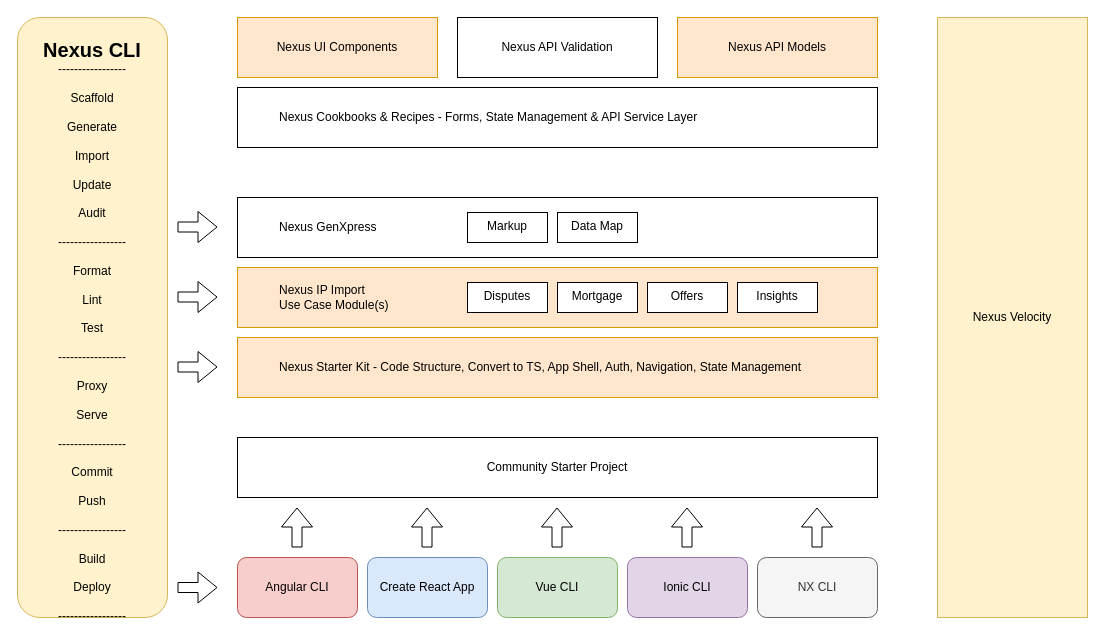
Earlier version of the draw.io diagram Nexus CLI map.drawio (hikumealan/draw-io-diagrams). Source tidied: cells renumbered, new cells numbered last; positions are measured from the earlier drawing's top-left corner, leaving out a move shared by most shapes. Both pictures are drawn from the tidied source at 100%, with x=0, y=0 at pixel (17, 17).
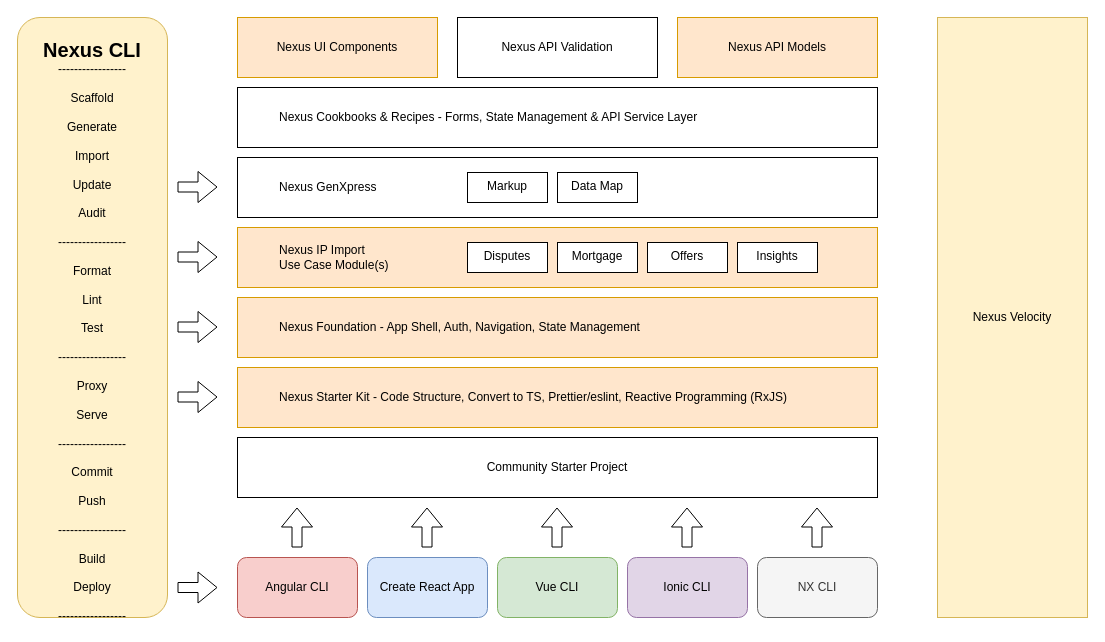
After the change.

Diff of the diagram source:
```diff
@@
-    <mxCell id="8" value="&lt;blockquote style=&quot;margin: 0 0 0 40px ; border: none ; padding: 0px&quot;&gt;Nexus Starter Kit - Code Structure, Convert to TS, App Shell, Auth, Navigation, State Management&lt;/blockquote&gt;" style="rounded=0;whiteSpace=wrap;html=1;fillColor=#ffe6cc;strokeColor=#d79b00;align=left;" parent="1" vertex="1">
-      <mxGeometry x="220" y="320" width="640" height="60" as="geometry" />
+    <mxCell id="8" value="&lt;blockquote style=&quot;margin: 0 0 0 40px ; border: none ; padding: 0px&quot;&gt;Nexus Foundation - App Shell, Auth, Navigation, State Management&lt;/blockquote&gt;" style="rounded=0;whiteSpace=wrap;html=1;fillColor=#ffe6cc;strokeColor=#d79b00;align=left;" parent="1" vertex="1">
+      <mxGeometry x="220" y="280" width="640" height="60" as="geometry" />
     </mxCell>
     <mxCell id="9" value="&lt;blockquote style=&quot;margin: 0 0 0 40px ; border: none ; padding: 0px&quot;&gt;Nexus IP Import&amp;nbsp;&lt;/blockquote&gt;&lt;blockquote style=&quot;margin: 0 0 0 40px ; border: none ; padding: 0px&quot;&gt;Use Case Module(s)&lt;/blockquote&gt;" style="rounded=0;whiteSpace=wrap;html=1;fillColor=#ffe6cc;strokeColor=#d79b00;align=left;" parent="1" vertex="1">
-      <mxGeometry x="220" y="250" width="640" height="60" as="geometry" />
+      <mxGeometry x="220" y="210" width="640" height="60" as="geometry" />
     </mxCell>
@@
     <mxCell id="15" style="shape=flexArrow;endArrow=classic;html=1;fillColor=#ffffff;" parent="1" edge="1">
       <mxGeometry relative="1" as="geometry">
-        <mxPoint x="160" y="349.5" as="sourcePoint" />
-        <mxPoint x="200" y="349.5" as="targetPoint" />
+        <mxPoint x="160" y="309.5" as="sourcePoint" />
+        <mxPoint x="200" y="309.5" as="targetPoint" />
       </mxGeometry>
     </mxCell>
     <mxCell id="16" style="shape=flexArrow;endArrow=classic;html=1;fillColor=#ffffff;" parent="1" edge="1">
       <mxGeometry relative="1" as="geometry">
-        <mxPoint x="160" y="279.5" as="sourcePoint" />
-        <mxPoint x="200" y="279.5" as="targetPoint" />
+        <mxPoint x="160" y="239.5" as="sourcePoint" />
+        <mxPoint x="200" y="239.5" as="targetPoint" />
       </mxGeometry>
     </mxCell>
     <mxCell id="17" value="&lt;blockquote style=&quot;margin: 0 0 0 40px ; border: none ; padding: 0px&quot;&gt;Nexus GenXpress&lt;/blockquote&gt;" style="rounded=0;whiteSpace=wrap;html=1;align=left;" parent="1" vertex="1">
-      <mxGeometry x="220" y="180" width="640" height="60" as="geometry" />
+      <mxGeometry x="220" y="140" width="640" height="60" as="geometry" />
     </mxCell>
@@
     <mxCell id="22" style="shape=flexArrow;endArrow=classic;html=1;fillColor=#ffffff;" parent="1" edge="1">
       <mxGeometry relative="1" as="geometry">
-        <mxPoint x="160" y="209.5" as="sourcePoint" />
-        <mxPoint x="200" y="209.5" as="targetPoint" />
+        <mxPoint x="160" y="169.5" as="sourcePoint" />
+        <mxPoint x="200" y="169.5" as="targetPoint" />
       </mxGeometry>
     </mxCell>
@@
     <mxCell id="24" value="Disputes" style="rounded=0;whiteSpace=wrap;html=1;align=center;verticalAlign=top;" parent="1" vertex="1">
-      <mxGeometry x="450" y="265" width="80" height="30" as="geometry" />
+      <mxGeometry x="450" y="225" width="80" height="30" as="geometry" />
     </mxCell>
     <mxCell id="25" value="Mortgage" style="rounded=0;whiteSpace=wrap;html=1;align=center;verticalAlign=top;" parent="1" vertex="1">
-      <mxGeometry x="540" y="265" width="80" height="30" as="geometry" />
+      <mxGeometry x="540" y="225" width="80" height="30" as="geometry" />
     </mxCell>
     <mxCell id="26" value="Offers" style="rounded=0;whiteSpace=wrap;html=1;align=center;verticalAlign=top;" parent="1" vertex="1">
-      <mxGeometry x="630" y="265" width="80" height="30" as="geometry" />
+      <mxGeometry x="630" y="225" width="80" height="30" as="geometry" />
     </mxCell>
     <mxCell id="27" value="Insights" style="rounded=0;whiteSpace=wrap;html=1;align=center;verticalAlign=top;" parent="1" vertex="1">
-      <mxGeometry x="720" y="265" width="80" height="30" as="geometry" />
+      <mxGeometry x="720" y="225" width="80" height="30" as="geometry" />
     </mxCell>
@@
     <mxCell id="30" value="Markup" style="rounded=0;whiteSpace=wrap;html=1;align=center;verticalAlign=top;" parent="1" vertex="1">
-      <mxGeometry x="450" y="195" width="80" height="30" as="geometry" />
+      <mxGeometry x="450" y="155" width="80" height="30" as="geometry" />
     </mxCell>
     <mxCell id="31" value="Data Map" style="rounded=0;whiteSpace=wrap;html=1;align=center;verticalAlign=top;" parent="1" vertex="1">
-      <mxGeometry x="540" y="195" width="80" height="30" as="geometry" />
+      <mxGeometry x="540" y="155" width="80" height="30" as="geometry" />
     </mxCell>
+    <mxCell id="32" value="&lt;blockquote style=&quot;margin: 0 0 0 40px ; border: none ; padding: 0px&quot;&gt;Nexus Starter Kit - Code Structure, Convert to TS, Prettier/eslint, Reactive Programming (RxJS)&lt;/blockquote&gt;" style="rounded=0;whiteSpace=wrap;html=1;fillColor=#ffe6cc;strokeColor=#d79b00;align=left;" parent="1" vertex="1">
+      <mxGeometry x="220" y="350" width="640" height="60" as="geometry" />
+    </mxCell>
+    <mxCell id="33" style="shape=flexArrow;endArrow=classic;html=1;fillColor=#ffffff;" parent="1" edge="1">
+      <mxGeometry relative="1" as="geometry">
+        <mxPoint x="160" y="379.5" as="sourcePoint" />
+        <mxPoint x="200" y="379.5" as="targetPoint" />
+      </mxGeometry>
+    </mxCell>
```
